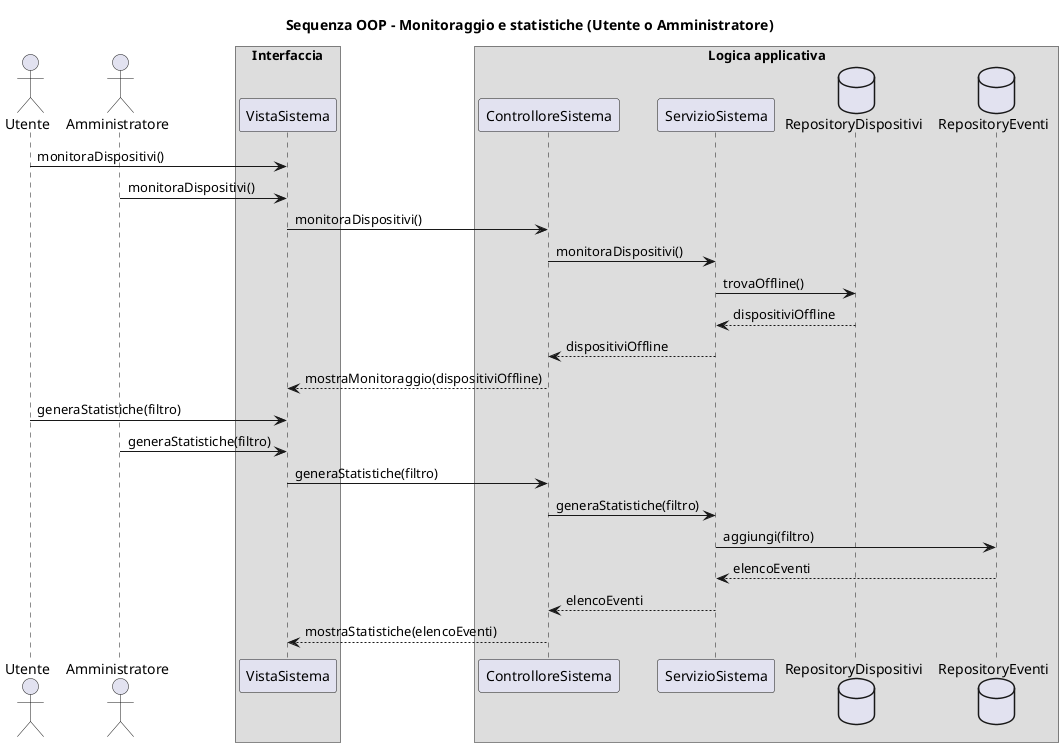
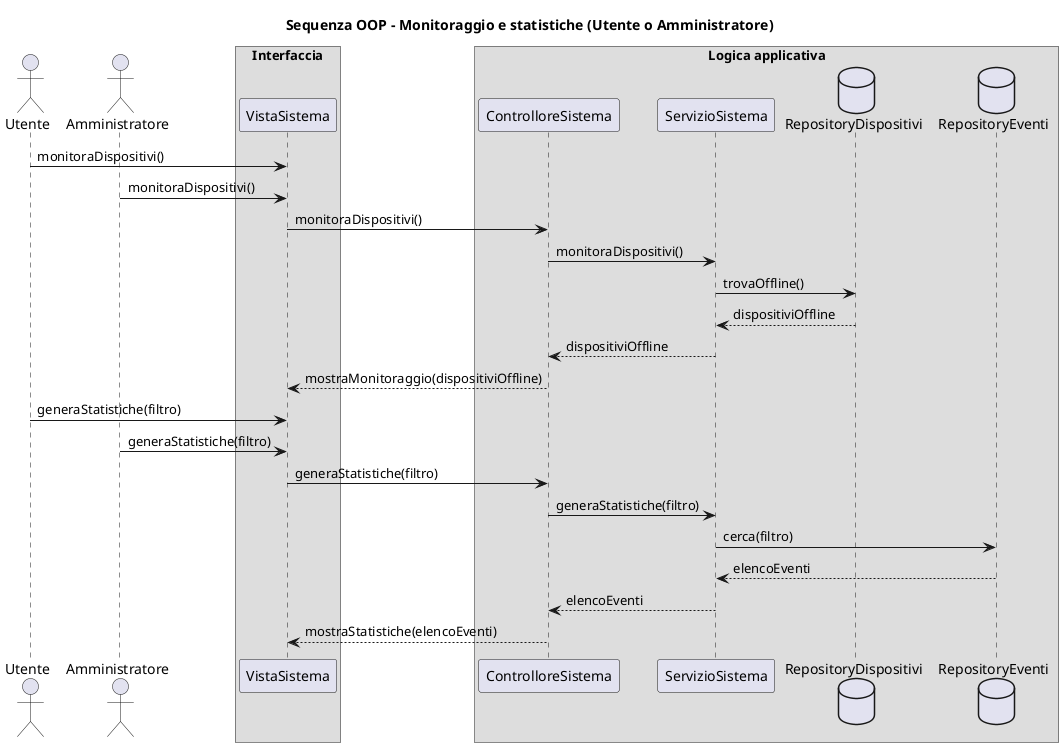
@startuml
title Sequenza OOP - Monitoraggio e statistiche (Utente o Amministratore)

actor Utente
actor Amministratore

box "Interfaccia"
participant "VistaSistema" as VistaSistema
end box

box "Logica applicativa"
participant "ControlloreSistema" as ControlloreSistema
participant "ServizioSistema" as ServizioSistema
database "RepositoryDispositivi" as RepositoryDispositivi
database "RepositoryEventi" as RepositoryEventi
end box

Utente -> VistaSistema : monitoraDispositivi()
Amministratore -> VistaSistema : monitoraDispositivi()
VistaSistema -> ControlloreSistema : monitoraDispositivi()
ControlloreSistema -> ServizioSistema : monitoraDispositivi()
ServizioSistema -> RepositoryDispositivi : trovaOffline()
RepositoryDispositivi --> ServizioSistema : dispositiviOffline
ServizioSistema --> ControlloreSistema : dispositiviOffline
ControlloreSistema --> VistaSistema : mostraMonitoraggio(dispositiviOffline)

Utente -> VistaSistema : generaStatistiche(filtro)
Amministratore -> VistaSistema : generaStatistiche(filtro)
VistaSistema -> ControlloreSistema : generaStatistiche(filtro)
ControlloreSistema -> ServizioSistema : generaStatistiche(filtro)
- ServizioSistema -> RepositoryEventi : aggiungi(filtro)
+ ServizioSistema -> RepositoryEventi : cerca(filtro)
RepositoryEventi --> ServizioSistema : elencoEventi
ServizioSistema --> ControlloreSistema : elencoEventi
ControlloreSistema --> VistaSistema : mostraStatistiche(elencoEventi)
@enduml
